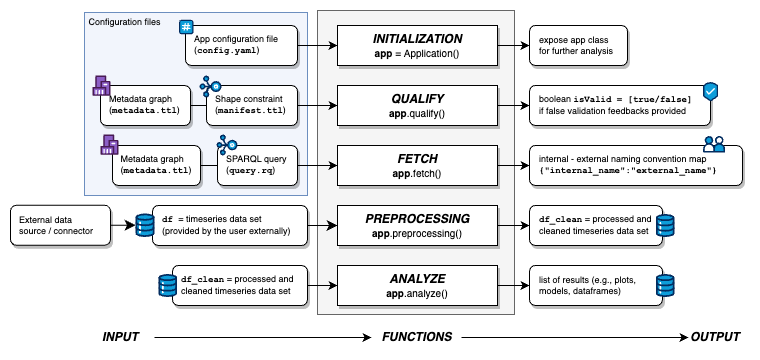
Before: docs/img/framework.png, a diagram exported from draw.io (baeda-polito/portable-app-framework). Source tidied: cells renumbered, new cells last; positions are measured from the earlier drawing's top-left corner, leaving out a move shared by most shapes.
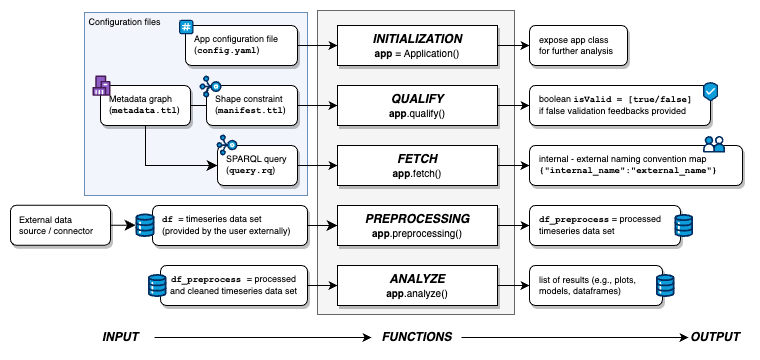
The same diagram one commit later.

What changed in the source:
```diff
@@ -50,6 +50,9 @@
     <mxCell id="17" style="edgeStyle=orthogonalEdgeStyle;rounded=0;jettySize=auto;html=1;" parent="1" edge="1" source="18" target="6">
       <mxGeometry relative="1" as="geometry" />
     </mxCell>
+    <mxCell id="51" style="edgeStyle=orthogonalEdgeStyle;rounded=0;jettySize=auto;html=1;fontSize=12;startSize=8;endSize=8;exitX=0.5;exitY=1;exitDx=0;exitDy=0;entryX=0;entryY=0.5;entryDx=0;entryDy=0;" parent="1" edge="1" source="18" target="34">
+      <mxGeometry relative="1" as="geometry" />
+    </mxCell>
     <mxCell id="18" value="&lt;div style=&quot;border-color: var(--border-color); text-align: left; font-size: 9px;&quot;&gt;Metadata graph (&lt;span style=&quot;background-color: initial;&quot;&gt;&lt;b&gt;&lt;font face=&quot;Courier New&quot;&gt;metadata.ttl&lt;/font&gt;&lt;/b&gt;)&lt;/span&gt;&lt;/div&gt;" style="rounded=1;whiteSpace=wrap;html=1;spacing=10;verticalAlign=middle;fontSize=9;fontFamily=Helvetica;fontColor=#000000;shadow=1;fontStyle=0;" parent="1" vertex="1">
       <mxGeometry x="100" y="85" width="90" height="40" as="geometry" />
     </mxCell>
@@ -59,14 +62,14 @@
     <mxCell id="20" value="&lt;div style=&quot;border-color: var(--border-color); font-size: 9px;&quot;&gt;internal - external naming convention map&lt;/div&gt;&lt;div style=&quot;border-color: var(--border-color); font-size: 9px;&quot;&gt;&lt;font face=&quot;Courier New&quot;&gt;&lt;b&gt;{&quot;internal_name&quot;:&quot;external_name&quot;}&lt;/b&gt;&lt;/font&gt;&lt;/div&gt;" style="rounded=1;whiteSpace=wrap;html=1;spacing=10;verticalAlign=middle;fontSize=9;fontFamily=Helvetica;fontColor=#000000;shadow=1;fontStyle=0;align=left;" parent="1" vertex="1">
       <mxGeometry x="529" y="145" width="213" height="40" as="geometry" />
     </mxCell>
-    <mxCell id="21" value="&lt;div style=&quot;border-color: var(--border-color); font-size: 9px;&quot;&gt;&lt;font face=&quot;Courier New&quot;&gt;&lt;b&gt;df_clean&lt;/b&gt;&lt;/font&gt; = processed and cleaned timeseries data set&lt;/div&gt;" style="rounded=1;whiteSpace=wrap;html=1;spacing=10;verticalAlign=middle;fontSize=9;fontFamily=Helvetica;fontColor=#000000;shadow=1;fontStyle=0;align=left;" parent="1" vertex="1">
-      <mxGeometry x="529" y="205" width="133" height="40" as="geometry" />
+    <mxCell id="21" value="&lt;div style=&quot;border-color: var(--border-color); font-size: 9px;&quot;&gt;&lt;font face=&quot;Courier New&quot;&gt;&lt;b&gt;df_preprocess&lt;/b&gt;&lt;/font&gt; = processed&amp;nbsp; timeseries data set&lt;/div&gt;" style="rounded=1;whiteSpace=wrap;html=1;spacing=10;verticalAlign=middle;fontSize=9;fontFamily=Helvetica;fontColor=#000000;shadow=1;fontStyle=0;align=left;" parent="1" vertex="1">
+      <mxGeometry x="529" y="205" width="151" height="40" as="geometry" />
     </mxCell>
     <mxCell id="22" style="edgeStyle=orthogonalEdgeStyle;rounded=0;jettySize=auto;html=1;fontSize=9;fontFamily=Helvetica;fontColor=#000000;fontStyle=0;" parent="1" edge="1" source="23" target="14">
       <mxGeometry relative="1" as="geometry" />
     </mxCell>
-    <mxCell id="23" value="&lt;div style=&quot;border-color: var(--border-color); text-align: left; font-size: 9px;&quot;&gt;&lt;font style=&quot;border-color: var(--border-color);&quot; face=&quot;Courier New&quot;&gt;&lt;b style=&quot;border-color: var(--border-color);&quot;&gt;df_clean&lt;/b&gt;&lt;/font&gt;&amp;nbsp;= processed and cleaned timeseries data set&lt;br&gt;&lt;/div&gt;" style="rounded=1;whiteSpace=wrap;html=1;spacing=10;verticalAlign=middle;fontSize=9;fontFamily=Helvetica;fontColor=#000000;shadow=1;fontStyle=0;" parent="1" vertex="1">
-      <mxGeometry x="172" y="265" width="135" height="40" as="geometry" />
+    <mxCell id="23" value="&lt;b style=&quot;border-color: var(--border-color); font-family: &amp;quot;Courier New&amp;quot;; text-align: left;&quot;&gt;df_preprocess&amp;nbsp;&lt;span style=&quot;background-color: initial; font-family: Helvetica; font-weight: normal;&quot;&gt;= processed and cleaned timeseries data set&lt;/span&gt;&lt;br&gt;&lt;/b&gt;" style="rounded=1;whiteSpace=wrap;html=1;spacing=10;verticalAlign=middle;fontSize=9;fontFamily=Helvetica;fontColor=#000000;shadow=1;fontStyle=0;" parent="1" vertex="1">
+      <mxGeometry x="160" y="265" width="147" height="40" as="geometry" />
     </mxCell>
     <mxCell id="24" value="&lt;div style=&quot;border-color: var(--border-color); font-size: 9px;&quot;&gt;list of results (e.g., plots, models, dataframes)&lt;/div&gt;" style="rounded=1;whiteSpace=wrap;html=1;spacing=10;verticalAlign=middle;fontSize=9;fontFamily=Helvetica;fontColor=#000000;shadow=1;fontStyle=0;align=left;" parent="1" vertex="1">
       <mxGeometry x="529" y="265" width="133" height="40" as="geometry" />
@@ -89,12 +92,9 @@
     <mxCell id="30" value="&lt;b&gt;&lt;i&gt;FUNCTIONS&lt;/i&gt;&lt;/b&gt;" style="text;html=1;align=center;verticalAlign=middle;points=[];strokeColor=none;fillColor=none;fontColor=#000000;" parent="1" vertex="1">
       <mxGeometry x="371" y="322" width="90" height="30" as="geometry" />
     </mxCell>
-    <mxCell id="31" style="edgeStyle=orthogonalEdgeStyle;rounded=0;jettySize=auto;html=1;" parent="1" edge="1" source="32" target="16">
+    <mxCell id="31" style="edgeStyle=orthogonalEdgeStyle;rounded=0;jettySize=auto;html=1;exitX=1;exitY=0.5;exitDx=0;exitDy=0;" parent="1" edge="1" source="34" target="16">
       <mxGeometry relative="1" as="geometry" />
     </mxCell>
-    <mxCell id="32" value="&lt;div style=&quot;border-color: var(--border-color); text-align: left; font-size: 9px;&quot;&gt;Metadata graph (&lt;span style=&quot;background-color: initial;&quot;&gt;&lt;b&gt;&lt;font face=&quot;Courier New&quot;&gt;metadata.ttl&lt;/font&gt;&lt;/b&gt;)&lt;/span&gt;&lt;br&gt;&lt;/div&gt;" style="rounded=1;whiteSpace=wrap;html=1;spacing=10;verticalAlign=middle;fontSize=9;fontFamily=Helvetica;fontColor=#000000;shadow=1;fontStyle=0;" parent="1" vertex="1">
-      <mxGeometry x="112" y="145" width="88" height="40" as="geometry" />
-    </mxCell>
     <mxCell id="33" value="&lt;div style=&quot;border-color: var(--border-color); text-align: left; font-size: 9px;&quot;&gt;Shape constraint (&lt;b style=&quot;border-color: var(--border-color);&quot;&gt;&lt;font face=&quot;Courier New&quot;&gt;manifest.ttl&lt;/font&gt;&lt;/b&gt;)&lt;br&gt;&lt;/div&gt;" style="rounded=1;whiteSpace=wrap;html=1;spacing=10;verticalAlign=middle;fontSize=9;fontFamily=Helvetica;fontColor=#000000;shadow=1;fontStyle=0;" parent="1" vertex="1">
       <mxGeometry x="206" y="85" width="91" height="40" as="geometry" />
     </mxCell>
@@ -102,10 +102,10 @@
       <mxGeometry x="217" y="145" width="80" height="40" as="geometry" />
     </mxCell>
     <mxCell id="35" style="verticalLabelPosition=bottom;html=1;shape=mxgraph.salesforce.data;fillColor=#CCCCCC;" parent="1" vertex="1">
-      <mxGeometry x="157.9" y="273.5" width="18.6" height="23" as="geometry" />
+      <mxGeometry x="147.4" y="273.5" width="18.6" height="23" as="geometry" />
     </mxCell>
     <mxCell id="36" style="verticalLabelPosition=bottom;html=1;shape=mxgraph.salesforce.data;fillColor=#CCCCCC;" parent="1" vertex="1">
-      <mxGeometry x="655.4" y="213.5" width="18.6" height="23" as="geometry" />
+      <mxGeometry x="674" y="213.5" width="18.6" height="23" as="geometry" />
     </mxCell>
     <mxCell id="37" style="verticalLabelPosition=bottom;html=1;shape=mxgraph.salesforce.data;fillColor=#CCCCCC;" parent="1" vertex="1">
       <mxGeometry x="655.4" y="273.5" width="18.6" height="23" as="geometry" />
@@ -122,9 +122,6 @@
     <mxCell id="41" style="verticalLabelPosition=bottom;html=1;shape=mxgraph.salesforce.stream;" parent="1" vertex="1">
       <mxGeometry x="216" y="134" width="21" height="21" as="geometry" />
     </mxCell>
-    <mxCell id="42" style="verticalLabelPosition=bottom;html=1;shape=mxgraph.salesforce.industries;" parent="1" vertex="1">
-      <mxGeometry x="100" y="134" width="18" height="20.2" as="geometry" />
-    </mxCell>
     <mxCell id="43" style="verticalLabelPosition=bottom;html=1;shape=mxgraph.salesforce.channels;shadow=0;fillColor=#ffe6cc;strokeColor=#d79b00;" parent="1" vertex="1">
       <mxGeometry x="178.5" y="19.2" width="14.5" height="14.5" as="geometry" />
     </mxCell>
```
